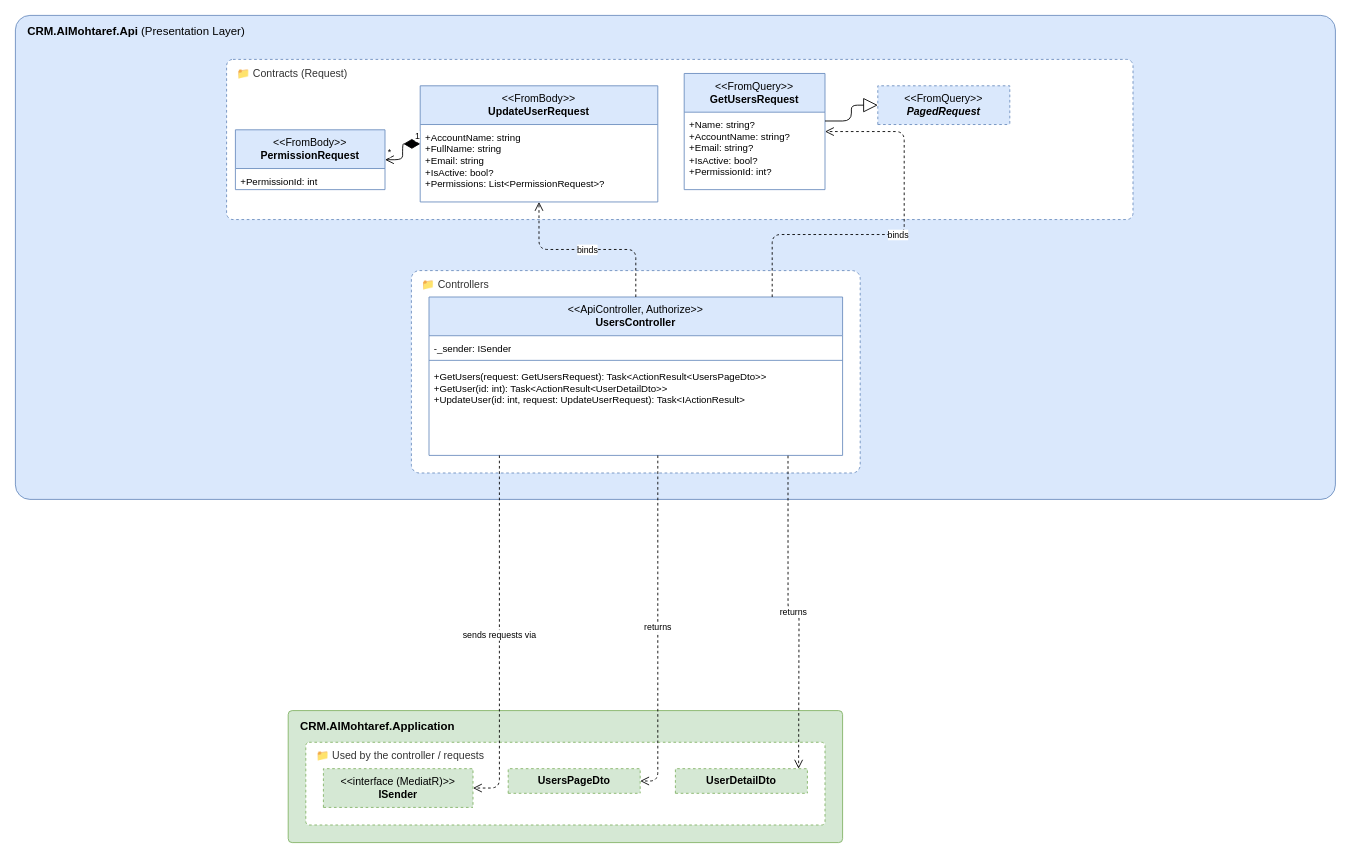
Before: page "09 Users" (9 of 9) of docs/design/class-design/api.drawio in QF-MJ/crm-al-mohtaref, a draw.io diagram. Source tidied: cells renumbered, new cells numbered last; positions are measured from the earlier drawing's top-left corner, leaving out a move shared by most shapes. Both pictures are drawn from the tidied source at 88%, with x=0, y=0 at pixel (15, 15).
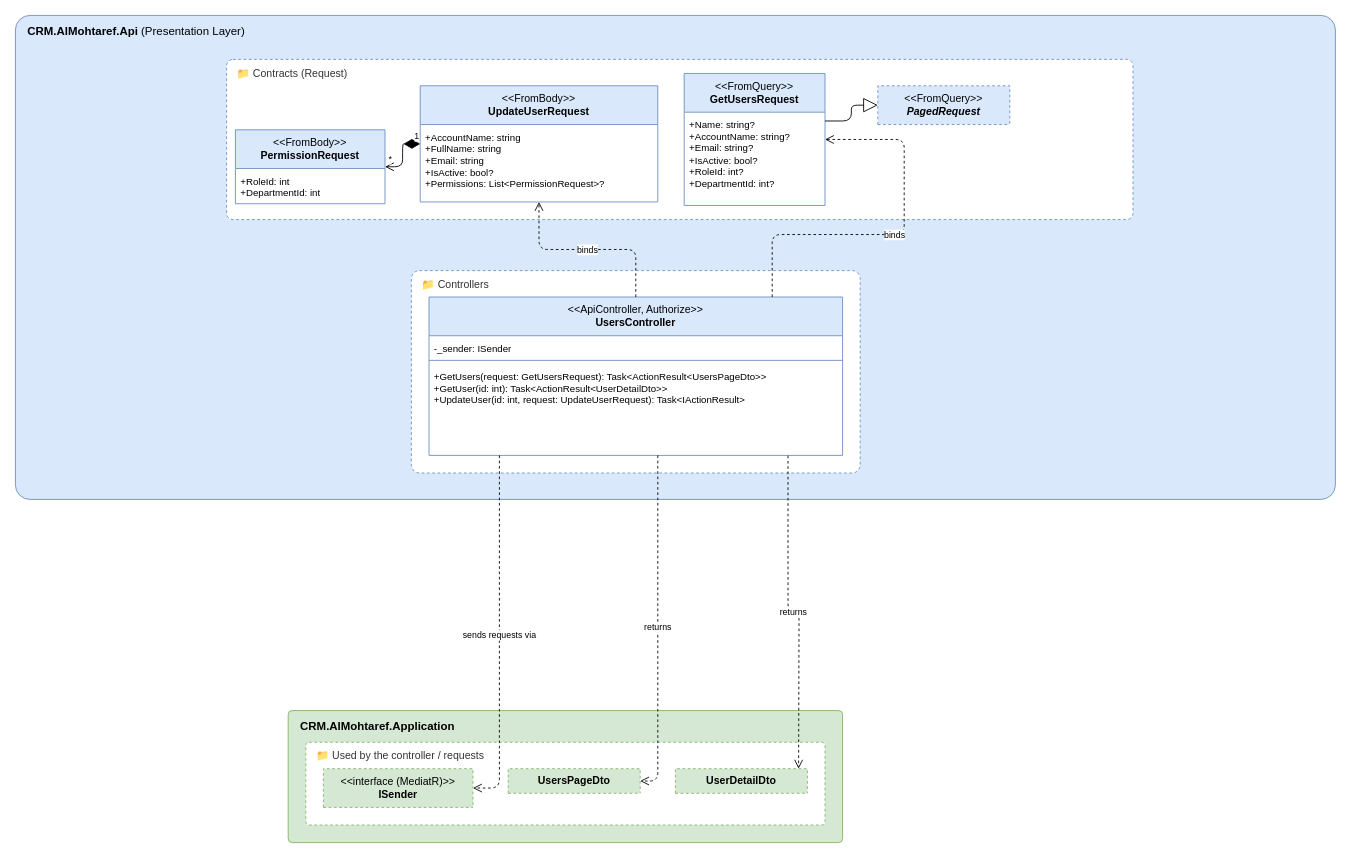
After the change.

The change refers to these unchanged cells:
```xml
<mxCell id="8" value="&amp;#128193; Contracts (Request)" style="rounded=1;whiteSpace=wrap;html=1;verticalAlign=top;align=left;spacingLeft=10;spacingTop=2;arcSize=4;fillColor=#FFFFFF;strokeColor=#6c8ebf;dashed=1;fontSize=12;fontColor=#333333;" parent="2" vertex="1">
  <mxGeometry x="240" y="50" width="1030" height="182" as="geometry" />
</mxCell>
```

Diff of the diagram source:
```diff
@@
     <mxCell id="11" value="&amp;lt;&amp;lt;FromBody&amp;gt;&amp;gt;&lt;br&gt;&lt;b&gt;PermissionRequest&lt;/b&gt;" style="swimlane;fontStyle=0;align=center;verticalAlign=middle;horizontal=1;startSize=44;html=1;whiteSpace=wrap;fontSize=12;fillColor=#dae8fc;strokeColor=#6c8ebf;swimlaneFillColor=#FFFFFF;" parent="8" vertex="1">
-      <mxGeometry x="10" y="80" width="170" height="68" as="geometry" />
+      <mxGeometry x="10" y="80" width="170" height="84" as="geometry" />
     </mxCell>
-    <mxCell id="12" value="+PermissionId: int" style="text;strokeColor=none;fillColor=none;align=left;verticalAlign=top;spacingLeft=4;spacingRight=4;spacingTop=2;overflow=hidden;whiteSpace=wrap;html=1;fontSize=11;" parent="11" vertex="1">
-      <mxGeometry y="44" width="170" height="24" as="geometry" />
+    <mxCell id="12" value="+RoleId: int&lt;br&gt;+DepartmentId: int" style="text;strokeColor=none;fillColor=none;align=left;verticalAlign=top;spacingLeft=4;spacingRight=4;spacingTop=2;overflow=hidden;whiteSpace=wrap;html=1;fontSize=11;" parent="11" vertex="1">
+      <mxGeometry y="44" width="170" height="40" as="geometry" />
     </mxCell>
@@
     <mxCell id="14" value="&amp;lt;&amp;lt;FromQuery&amp;gt;&amp;gt;&lt;br&gt;&lt;b&gt;GetUsersRequest&lt;/b&gt;" style="swimlane;fontStyle=0;align=center;verticalAlign=middle;horizontal=1;startSize=44;html=1;whiteSpace=wrap;fontSize=12;fillColor=#dae8fc;strokeColor=#6c8ebf;swimlaneFillColor=#FFFFFF;" parent="8" vertex="1">
-      <mxGeometry x="520" y="16" width="160" height="132" as="geometry" />
+      <mxGeometry x="520" y="16" width="160" height="150" as="geometry" />
     </mxCell>
-    <mxCell id="15" value="+Name: string?&lt;br&gt;+AccountName: string?&lt;br&gt;+Email: string?&lt;br&gt;+IsActive: bool?&lt;br&gt;+PermissionId: int?" style="text;strokeColor=none;fillColor=none;align=left;verticalAlign=top;spacingLeft=4;spacingRight=4;spacingTop=2;overflow=hidden;whiteSpace=wrap;html=1;fontSize=11;" parent="14" vertex="1">
-      <mxGeometry y="44" width="160" height="88" as="geometry" />
+    <mxCell id="15" value="+Name: string?&lt;br&gt;+AccountName: string?&lt;br&gt;+Email: string?&lt;br&gt;+IsActive: bool?&lt;br&gt;+RoleId: int?&lt;br&gt;+DepartmentId: int?" style="text;strokeColor=none;fillColor=none;align=left;verticalAlign=top;spacingLeft=4;spacingRight=4;spacingTop=2;overflow=hidden;whiteSpace=wrap;html=1;fontSize=11;" parent="14" vertex="1">
+      <mxGeometry y="44" width="160" height="106" as="geometry" />
     </mxCell>
```
